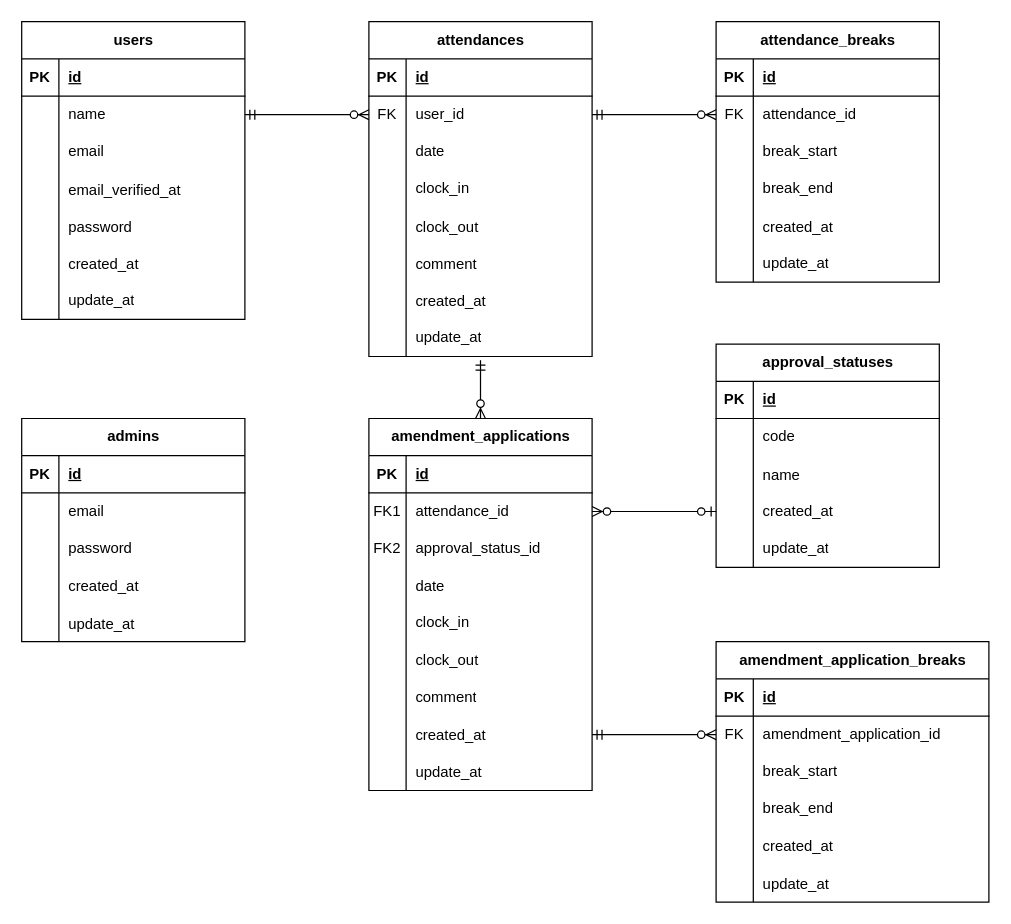
Above: docs/er-diagram.drawio in fujiwara-k0814/second-mock-project (draw.io), before the change. Source tidied: cells renumbered, new cells numbered last; positions are measured from the earlier drawing's top-left corner, leaving out a move shared by most shapes. Both pictures are drawn from the tidied source at 124%, with x=0, y=0 at pixel (21, 21).
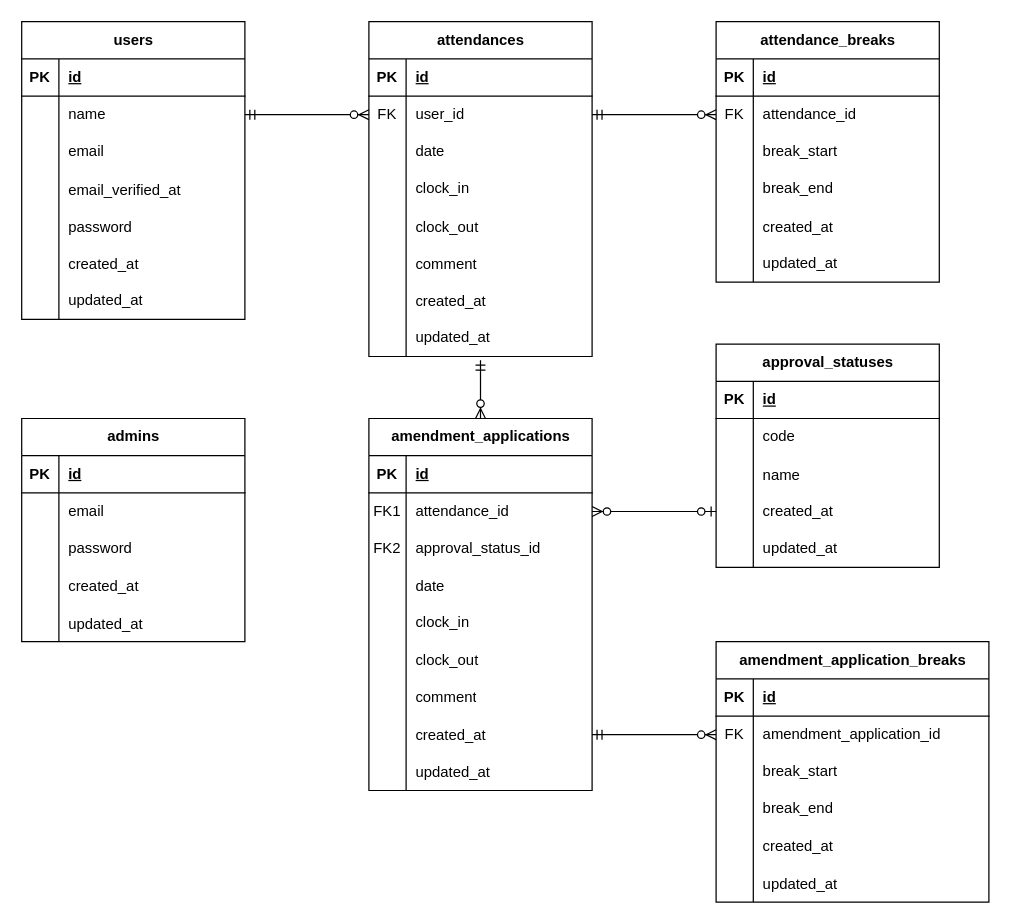
The same diagram, later.

Unchanged cells that the change refers to:
```xml
<mxCell id="15" style="shape=tableRow;horizontal=0;startSize=0;swimlaneHead=0;swimlaneBody=0;fillColor=none;top=0;left=0;right=0;bottom=0;" parent="2" vertex="1">
  <mxGeometry y="150" width="180" height="30" as="geometry" />
</mxCell>
<mxCell id="31" style="shape=tableRow;horizontal=0;startSize=0;swimlaneHead=0;swimlaneBody=0;fillColor=none;top=0;left=0;right=0;bottom=0;" parent="18" vertex="1">
  <mxGeometry y="150" width="180" height="30" as="geometry" />
</mxCell>
<mxCell id="56" style="shape=tableRow;horizontal=0;startSize=0;swimlaneHead=0;swimlaneBody=0;fillColor=none;points=[[0,0.5],[1,0.5]];portConstraint=eastwest;top=0;left=0;right=0;bottom=0;" parent="34" vertex="1">
  <mxGeometry y="240" width="180" height="30" as="geometry" />
</mxCell>
<mxCell id="75" style="shape=tableRow;horizontal=0;startSize=0;swimlaneHead=0;swimlaneBody=0;fillColor=none;top=0;left=0;right=0;bottom=0;" parent="59" vertex="1">
  <mxGeometry y="180" width="180" height="30" as="geometry" />
</mxCell>
<mxCell id="97" style="shape=tableRow;horizontal=0;startSize=0;swimlaneHead=0;swimlaneBody=0;fillColor=none;top=0;left=0;right=0;bottom=0;" parent="78" vertex="1">
  <mxGeometry y="210" width="180" height="30" as="geometry" />
</mxCell>
<mxCell id="128" style="shape=tableRow;horizontal=0;startSize=0;swimlaneHead=0;swimlaneBody=0;fillColor=none;top=0;left=0;right=0;bottom=0;" parent="103" vertex="1">
  <mxGeometry y="270" width="180" height="30" as="geometry" />
</mxCell>
<mxCell id="147" style="shape=tableRow;horizontal=0;startSize=0;swimlaneHead=0;swimlaneBody=0;fillColor=none;top=0;left=0;right=0;bottom=0;" parent="131" vertex="1">
  <mxGeometry y="180" width="220" height="30" as="geometry" />
</mxCell>
```

Change to the diagram source:
```diff
@@
-    <mxCell id="17" value="update_at" style="shape=partialRectangle;fillColor=none;top=0;left=0;bottom=0;right=0;align=left;spacingLeft=6;overflow=hidden;" parent="15" vertex="1">
+    <mxCell id="17" value="updated_at" style="shape=partialRectangle;fillColor=none;top=0;left=0;bottom=0;right=0;align=left;spacingLeft=6;overflow=hidden;" parent="15" vertex="1">
       <mxGeometry x="30" width="150" height="30" as="geometry" />
     </mxCell>
@@
-    <mxCell id="33" value="&lt;span style=&quot;color: rgb(0, 0, 0); text-wrap-mode: nowrap;&quot;&gt;update_at&lt;/span&gt;" style="shape=partialRectangle;fillColor=none;top=0;left=0;bottom=0;right=0;align=left;spacingLeft=6;overflow=hidden;whiteSpace=wrap;html=1;" parent="31" vertex="1">
+    <mxCell id="33" value="&lt;span style=&quot;color: rgb(0, 0, 0); text-wrap-mode: nowrap;&quot;&gt;updated_at&lt;/span&gt;" style="shape=partialRectangle;fillColor=none;top=0;left=0;bottom=0;right=0;align=left;spacingLeft=6;overflow=hidden;whiteSpace=wrap;html=1;" parent="31" vertex="1">
       <mxGeometry x="30" width="150" height="30" as="geometry" />
     </mxCell>
@@
-    <mxCell id="58" value="&lt;span style=&quot;color: rgb(0, 0, 0); text-wrap-mode: nowrap;&quot;&gt;update_at&lt;/span&gt;" style="shape=partialRectangle;fillColor=none;top=0;left=0;bottom=0;right=0;align=left;spacingLeft=6;overflow=hidden;whiteSpace=wrap;html=1;" parent="56" vertex="1">
+    <mxCell id="58" value="&lt;span style=&quot;color: rgb(0, 0, 0); text-wrap-mode: nowrap;&quot;&gt;updated_at&lt;/span&gt;" style="shape=partialRectangle;fillColor=none;top=0;left=0;bottom=0;right=0;align=left;spacingLeft=6;overflow=hidden;whiteSpace=wrap;html=1;" parent="56" vertex="1">
       <mxGeometry x="30" width="150" height="30" as="geometry" />
     </mxCell>
@@
-    <mxCell id="77" value="&lt;span style=&quot;color: rgb(0, 0, 0); text-wrap-mode: nowrap;&quot;&gt;update_at&lt;/span&gt;" style="shape=partialRectangle;fillColor=none;top=0;left=0;bottom=0;right=0;align=left;spacingLeft=6;overflow=hidden;whiteSpace=wrap;html=1;" parent="75" vertex="1">
+    <mxCell id="77" value="&lt;span style=&quot;color: rgb(0, 0, 0); text-wrap-mode: nowrap;&quot;&gt;updated_at&lt;/span&gt;" style="shape=partialRectangle;fillColor=none;top=0;left=0;bottom=0;right=0;align=left;spacingLeft=6;overflow=hidden;whiteSpace=wrap;html=1;" parent="75" vertex="1">
       <mxGeometry x="30" width="150" height="30" as="geometry" />
     </mxCell>
@@
-    <mxCell id="99" value="&lt;span style=&quot;color: rgb(0, 0, 0); text-wrap-mode: nowrap;&quot;&gt;update_at&lt;/span&gt;" style="shape=partialRectangle;fillColor=none;top=0;left=0;bottom=0;right=0;align=left;spacingLeft=6;overflow=hidden;whiteSpace=wrap;html=1;" parent="97" vertex="1">
+    <mxCell id="99" value="&lt;span style=&quot;color: rgb(0, 0, 0); text-wrap-mode: nowrap;&quot;&gt;updated_at&lt;/span&gt;" style="shape=partialRectangle;fillColor=none;top=0;left=0;bottom=0;right=0;align=left;spacingLeft=6;overflow=hidden;whiteSpace=wrap;html=1;" parent="97" vertex="1">
       <mxGeometry x="30" width="150" height="30" as="geometry" />
     </mxCell>
@@
-    <mxCell id="130" value="update_at" style="shape=partialRectangle;fillColor=none;top=0;left=0;bottom=0;right=0;align=left;spacingLeft=6;overflow=hidden;" parent="128" vertex="1">
+    <mxCell id="130" value="updated_at" style="shape=partialRectangle;fillColor=none;top=0;left=0;bottom=0;right=0;align=left;spacingLeft=6;overflow=hidden;" parent="128" vertex="1">
       <mxGeometry x="30" width="150" height="30" as="geometry" />
     </mxCell>
@@
-    <mxCell id="149" value="update_at" style="shape=partialRectangle;fillColor=none;top=0;left=0;bottom=0;right=0;align=left;spacingLeft=6;overflow=hidden;" parent="147" vertex="1">
+    <mxCell id="149" value="updated_at" style="shape=partialRectangle;fillColor=none;top=0;left=0;bottom=0;right=0;align=left;spacingLeft=6;overflow=hidden;" parent="147" vertex="1">
       <mxGeometry x="30" width="190" height="30" as="geometry" />
     </mxCell>
```
